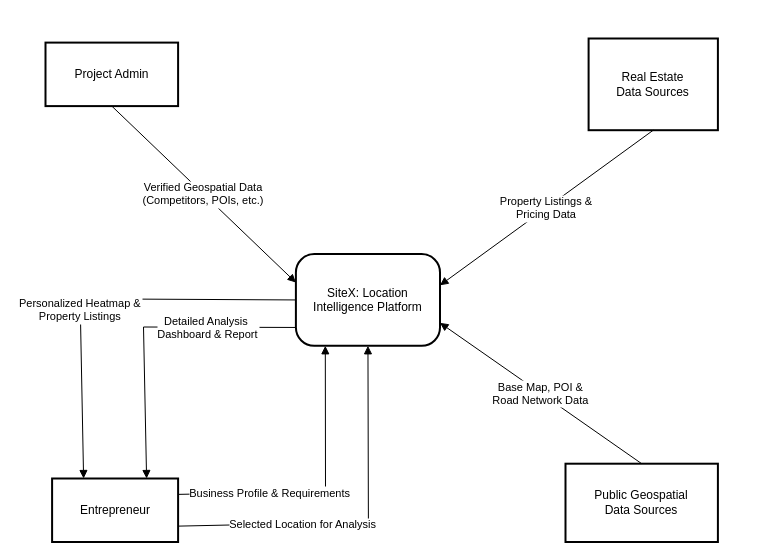
Above: drawiofiles/ContextDiagram.drawio in Sujalcha7/SiteX_Doc (draw.io), before the change. Source tidied: cells renumbered, new cells numbered last; positions are measured from the earlier drawing's top-left corner, leaving out a move shared by most shapes. Both pictures are drawn from the tidied source at 100%, with x=0, y=0 at pixel (45, 38).
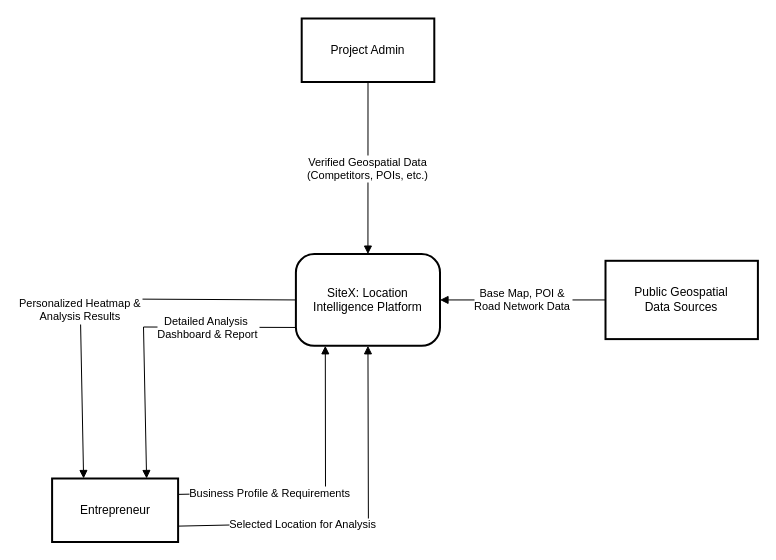
The same diagram, later.

What changed in the source:
```diff
@@
 <mxGraphModel>
   <root>
     <mxCell id="0" />
     <mxCell id="1" parent="0" />
     <mxCell id="2" value="SiteX: Location&#10;Intelligence Platform" style="rounded=1;arcSize=20;strokeWidth=2;" parent="1" vertex="1">
       <mxGeometry x="250.4" y="215.6" width="144.1" height="91.7" as="geometry" />
     </mxCell>
     <mxCell id="3" value="Entrepreneur" style="whiteSpace=wrap;strokeWidth=2;" parent="1" vertex="1">
       <mxGeometry x="6.6" y="440" width="126" height="63.5" as="geometry" />
     </mxCell>
     <mxCell id="4" value="Project Admin" style="whiteSpace=wrap;strokeWidth=2;" parent="1" vertex="1">
-      <mxGeometry y="4.1" width="132.6" height="63.5" as="geometry" />
+      <mxGeometry x="256.2" y="-20" width="132.6" height="63.5" as="geometry" />
     </mxCell>
     <mxCell id="5" value="Public Geospatial&#10;Data Sources" style="whiteSpace=wrap;strokeWidth=2;" parent="1" vertex="1">
-      <mxGeometry x="520" y="425.2" width="152.4" height="78.3" as="geometry" />
+      <mxGeometry x="560" y="222.3" width="152.4" height="78.3" as="geometry" />
     </mxCell>
-    <mxCell id="6" value="Real Estate&#10;Data Sources" style="whiteSpace=wrap;strokeWidth=2;" parent="1" vertex="1">
-      <mxGeometry x="543.1" width="129.3" height="91.7" as="geometry" />
-    </mxCell>
     <mxCell id="7" value="Business Profile &amp; Requirements" style="curved=0;startArrow=none;endArrow=block;exitX=1;exitY=0.25;entryX=0.21;entryY=0.99;rounded=0;exitDx=0;exitDy=0;" parent="1" edge="1" source="3" target="2">
       <mxGeometry x="-0.37" relative="1" as="geometry">
         <Array as="points">
           <mxPoint x="280" y="453" />
         </Array>
       </mxGeometry>
     </mxCell>
-    <mxCell id="8" value="Personalized Heatmap &amp;&#10;Property Listings" style="curved=0;startArrow=none;endArrow=block;exitX=0;exitY=0.5;entryX=0.25;entryY=0;rounded=0;entryDx=0;entryDy=0;exitDx=0;exitDy=0;" parent="1" edge="1" source="2" target="3">
+    <mxCell id="8" value="Personalized Heatmap &amp;&#10;Analysis Results" style="curved=0;startArrow=none;endArrow=block;exitX=0;exitY=0.5;entryX=0.25;entryY=0;rounded=0;entryDx=0;entryDy=0;exitDx=0;exitDy=0;" parent="1" edge="1" source="2" target="3">
       <mxGeometry x="0.15" relative="1" as="geometry">
         <Array as="points">
           <mxPoint x="34.6" y="260.3" />
         </Array>
       </mxGeometry>
     </mxCell>
     <mxCell id="9" value="Selected Location for Analysis" style="curved=0;startArrow=none;endArrow=block;exitX=1;exitY=0.75;entryX=0.5;entryY=1;rounded=0;exitDx=0;exitDy=0;entryDx=0;entryDy=0;" parent="1" edge="1" source="3" target="2">
       <mxGeometry x="-0.32" y="-1" relative="1" as="geometry">
         <Array as="points">
           <mxPoint x="322.9" y="483.5" />
         </Array>
       </mxGeometry>
     </mxCell>
     <mxCell id="10" value="Detailed Analysis &#10;Dashboard &amp; Report" style="curved=0;startArrow=none;endArrow=block;exitX=0;exitY=0.8;entryX=0.75;entryY=0;rounded=0;entryDx=0;entryDy=0;" parent="1" edge="1" source="2" target="3">
       <mxGeometry x="-0.42" relative="1" as="geometry">
         <Array as="points">
           <mxPoint x="98" y="288.5" />
         </Array>
       </mxGeometry>
     </mxCell>
-    <mxCell id="11" value="Verified Geospatial Data&#10;(Competitors, POIs, etc.)" style="curved=0;startArrow=none;endArrow=block;exitX=0.5;exitY=1;entryX=0;entryY=0.31;rounded=0;" parent="1" edge="1" source="4" target="2">
+    <mxCell id="11" value="Verified Geospatial Data&#10;(Competitors, POIs, etc.)" style="curved=0;startArrow=none;endArrow=block;exitX=0.5;exitY=1;entryX=0.5;entryY=0;rounded=0;entryDx=0;entryDy=0;" parent="1" edge="1" source="4" target="2">
       <mxGeometry relative="1" as="geometry" />
     </mxCell>
-    <mxCell id="12" value="Base Map, POI &amp;&#10;Road Network Data" style="curved=0;startArrow=none;endArrow=block;exitX=0.5;exitY=0;entryX=1;entryY=0.75;rounded=0;entryDx=0;entryDy=0;exitDx=0;exitDy=0;" parent="1" edge="1" source="5" target="2">
+    <mxCell id="12" value="Base Map, POI &amp;&#10;Road Network Data" style="curved=0;startArrow=none;endArrow=block;exitX=0;exitY=0.5;entryX=1;entryY=0.5;rounded=0;entryDx=0;entryDy=0;exitDx=0;exitDy=0;" parent="1" edge="1" source="5" target="2">
       <mxGeometry relative="1" as="geometry" />
     </mxCell>
-    <mxCell id="13" value="Property Listings &amp;&#10;Pricing Data" style="curved=0;startArrow=none;endArrow=block;exitX=0.5;exitY=1;entryX=1;entryY=0.34;rounded=0;" parent="1" edge="1" source="6" target="2">
-      <mxGeometry relative="1" as="geometry" />
-    </mxCell>
   </root>
 </mxGraphModel>
```
